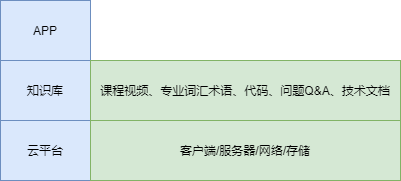
This is 高安全性软件.png from luomoweilan/draw, a draw.io export, as it was before one commit. Source tidied: cells renumbered, new cells last; positions are measured from the earlier drawing's top-left corner, leaving out a move shared by most shapes. Source of this version:
```xml
<mxGraphModel>
  <root>
    <mxCell id="0" />
    <mxCell id="1" parent="0" />
    <mxCell id="2" value="云平台" style="rounded=0;whiteSpace=wrap;html=1;fillColor=#dae8fc;strokeColor=#6c8ebf;" parent="1" vertex="1">
      <mxGeometry y="120" width="90" height="60" as="geometry" />
    </mxCell>
    <mxCell id="3" value="知识库" style="rounded=0;whiteSpace=wrap;html=1;fillColor=#dae8fc;strokeColor=#6c8ebf;" parent="1" vertex="1">
      <mxGeometry y="60" width="90" height="60" as="geometry" />
    </mxCell>
    <mxCell id="4" value="APP" style="rounded=0;whiteSpace=wrap;html=1;fillColor=#dae8fc;strokeColor=#6c8ebf;" parent="1" vertex="1">
      <mxGeometry width="90" height="60" as="geometry" />
    </mxCell>
    <mxCell id="5" value="客户端/服务器/网络/存储" style="rounded=0;whiteSpace=wrap;html=1;fillColor=#d5e8d4;strokeColor=#82b366;" parent="1" vertex="1">
      <mxGeometry x="90" y="120" width="310" height="60" as="geometry" />
    </mxCell>
    <mxCell id="6" value="课程视频、专业词汇术语、代码、问题Q&amp;amp;A、技术文档" style="rounded=0;whiteSpace=wrap;html=1;fillColor=#d5e8d4;strokeColor=#82b366;" parent="1" vertex="1">
      <mxGeometry x="90" y="60" width="310" height="60" as="geometry" />
    </mxCell>
  </root>
</mxGraphModel>
```
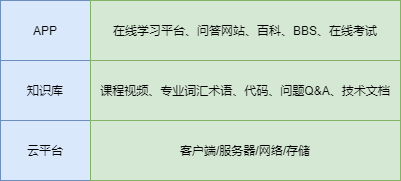
The same diagram one commit later.

Commit message:
更新高安全性软件.png

Diff of the diagram source:
```diff
@@ -17,5 +17,8 @@
     <mxCell id="6" value="课程视频、专业词汇术语、代码、问题Q&amp;amp;A、技术文档" style="rounded=0;whiteSpace=wrap;html=1;fillColor=#d5e8d4;strokeColor=#82b366;" parent="1" vertex="1">
       <mxGeometry x="90" y="60" width="310" height="60" as="geometry" />
     </mxCell>
+    <mxCell id="7" value="在线学习平台、问答网站、百科、BBS、在线考试" style="rounded=0;whiteSpace=wrap;html=1;fillColor=#d5e8d4;strokeColor=#82b366;" parent="1" vertex="1">
+      <mxGeometry x="90" width="310" height="60" as="geometry" />
+    </mxCell>
   </root>
 </mxGraphModel>
```
